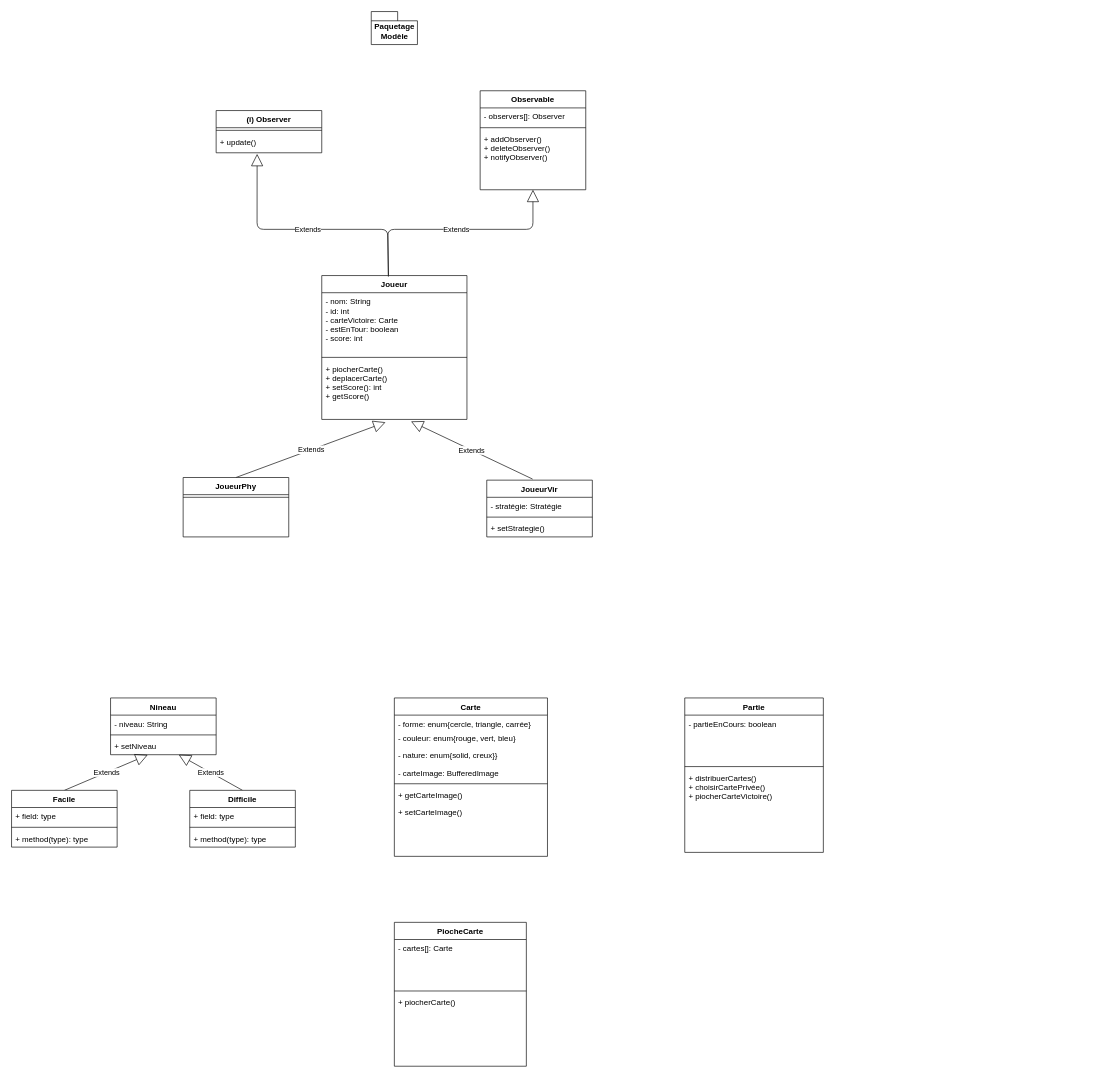
Earlier version of the draw.io diagram classe_paquetageModèle.drawio (codingTheWorld777/Diagrams-Project_SHAPE_UP). Source tidied: cells renumbered, new cells numbered last; positions are measured from the earlier drawing's top-left corner, leaving out a move shared by most shapes. Both pictures are drawn from the tidied source at 66%, with x=0, y=0 at pixel (11, 11).
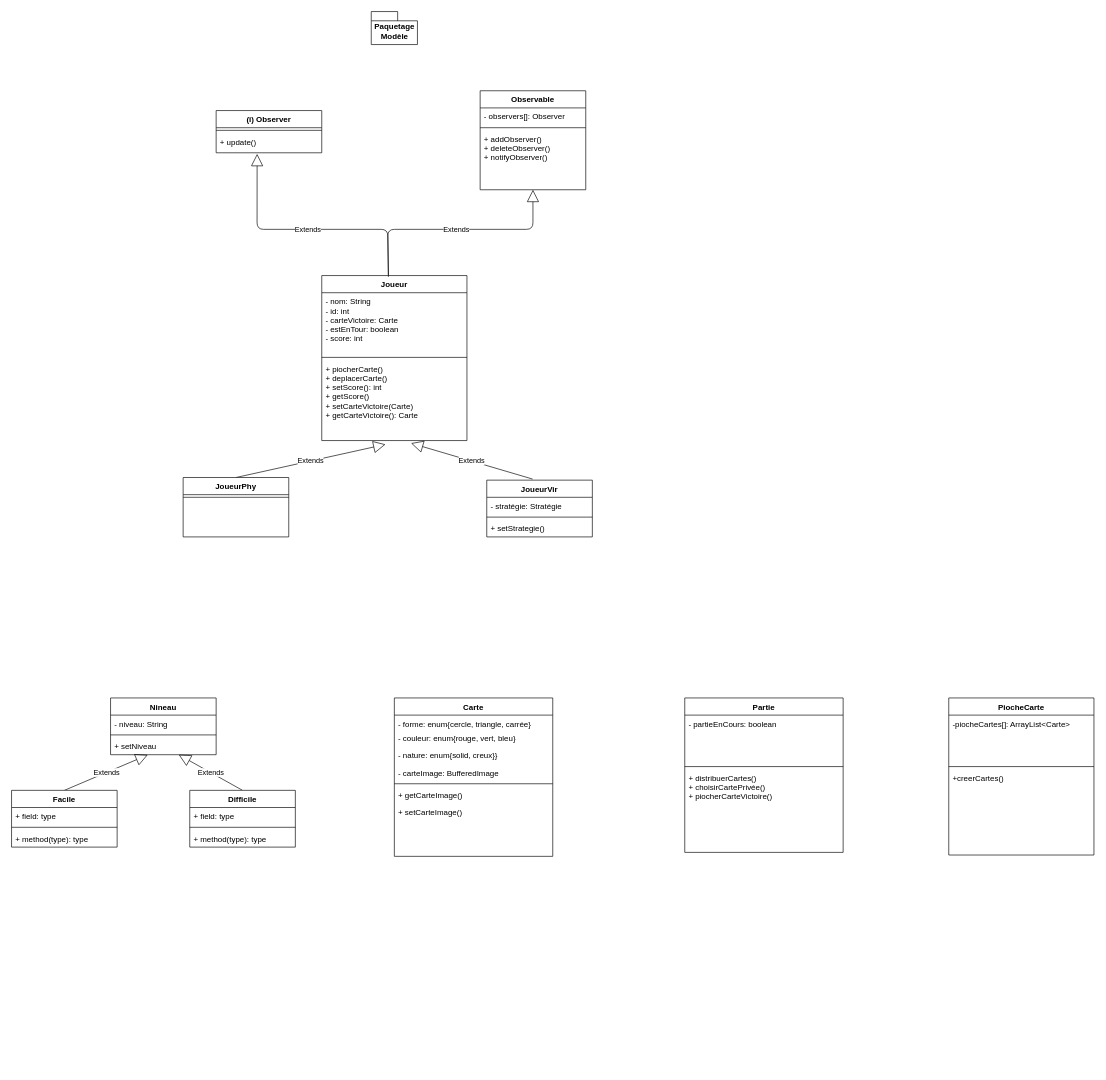
Above is the later version.

Change to the diagram source:
```diff
@@
     <mxCell id="8" value="Joueur" style="swimlane;fontStyle=1;align=center;verticalAlign=top;horizontal=1;startSize=26;" parent="1" vertex="1">
-      <mxGeometry x="470" y="400" width="220" height="218" as="geometry" />
+      <mxGeometry x="470" y="400" width="220" height="250" as="geometry" />
     </mxCell>
@@
-    <mxCell id="11" value="+ piocherCarte()&#10;+ deplacerCarte()&#10;+ setScore(): int&#10;+ getScore()" style="text;strokeColor=none;fillColor=none;align=left;verticalAlign=top;spacingLeft=4;spacingRight=4;overflow=hidden;points=[[0,0.5],[1,0.5]];portConstraint=eastwest;" parent="8" vertex="1">
-      <mxGeometry y="128" width="220" height="90" as="geometry" />
+    <mxCell id="11" value="+ piocherCarte()&#10;+ deplacerCarte()&#10;+ setScore(): int&#10;+ getScore()&#10;+ setCarteVictoire(Carte)&#10;+ getCarteVictoire(): Carte" style="text;strokeColor=none;fillColor=none;align=left;verticalAlign=top;spacingLeft=4;spacingRight=4;overflow=hidden;points=[[0,0.5],[1,0.5]];portConstraint=eastwest;" parent="8" vertex="1">
+      <mxGeometry y="128" width="220" height="122" as="geometry" />
     </mxCell>
@@
     <mxCell id="32" value="Carte" style="swimlane;fontStyle=1;align=center;verticalAlign=top;horizontal=1;startSize=26;rounded=0;shadow=0;strokeWidth=1;" parent="1" vertex="1">
-      <mxGeometry x="580" y="1040" width="232" height="240" as="geometry" />
+      <mxGeometry x="580" y="1040" width="240" height="240" as="geometry" />
     </mxCell>
     <mxCell id="33" value="- forme: enum{cercle, triangle, carrée}&#10;" style="text;align=left;verticalAlign=top;spacingLeft=4;spacingRight=4;overflow=hidden;" parent="32" vertex="1">
-      <mxGeometry y="26" width="232" height="22" as="geometry" />
+      <mxGeometry y="26" width="240" height="22" as="geometry" />
     </mxCell>
     <mxCell id="34" value="- couleur: enum{rouge, vert, bleu}" style="text;align=left;verticalAlign=top;spacingLeft=4;spacingRight=4;overflow=hidden;rounded=0;shadow=0;html=0;" parent="32" vertex="1">
-      <mxGeometry y="48" width="232" height="26" as="geometry" />
+      <mxGeometry y="48" width="240" height="26" as="geometry" />
     </mxCell>
     <mxCell id="35" value="- nature: enum{solid, creux}}" style="text;align=left;verticalAlign=top;spacingLeft=4;spacingRight=4;overflow=hidden;rounded=0;shadow=0;html=0;" parent="32" vertex="1">
-      <mxGeometry y="74" width="232" height="26" as="geometry" />
+      <mxGeometry y="74" width="240" height="26" as="geometry" />
     </mxCell>
     <mxCell id="36" value="- carteImage: BufferedImage" style="text;align=left;verticalAlign=top;spacingLeft=4;spacingRight=4;overflow=hidden;rounded=0;shadow=0;html=0;" parent="32" vertex="1">
-      <mxGeometry y="100" width="232" height="26" as="geometry" />
+      <mxGeometry y="100" width="240" height="26" as="geometry" />
     </mxCell>
     <mxCell id="37" style="line;html=1;strokeWidth=1;align=left;verticalAlign=middle;spacingTop=-1;spacingLeft=3;spacingRight=3;labelPosition=right;" parent="32" vertex="1">
-      <mxGeometry y="126" width="232" height="8" as="geometry" />
+      <mxGeometry y="126" width="240" height="8" as="geometry" />
     </mxCell>
     <mxCell id="38" value="+ getCarteImage()" style="text;align=left;verticalAlign=top;spacingLeft=4;spacingRight=4;overflow=hidden;" parent="32" vertex="1">
-      <mxGeometry y="134" width="232" height="26" as="geometry" />
+      <mxGeometry y="134" width="240" height="26" as="geometry" />
     </mxCell>
     <mxCell id="39" value="+ setCarteImage()" style="text;align=left;verticalAlign=top;spacingLeft=4;spacingRight=4;overflow=hidden;" parent="32" vertex="1">
-      <mxGeometry y="160" width="232" height="54" as="geometry" />
+      <mxGeometry y="160" width="240" height="54" as="geometry" />
     </mxCell>
     <mxCell id="40" value="Partie" style="swimlane;fontStyle=1;align=center;verticalAlign=top;horizontal=1;startSize=26;" parent="1" vertex="1">
-      <mxGeometry x="1020" y="1040" width="210" height="234" as="geometry" />
+      <mxGeometry x="1020" y="1040" width="240" height="234" as="geometry" />
     </mxCell>
     <mxCell id="41" value="- partieEnCours: boolean&#10;" style="text;strokeColor=none;fillColor=none;align=left;verticalAlign=top;spacingLeft=4;spacingRight=4;overflow=hidden;" parent="40" vertex="1">
-      <mxGeometry y="26" width="210" height="74" as="geometry" />
+      <mxGeometry y="26" width="240" height="74" as="geometry" />
     </mxCell>
     <mxCell id="42" style="line;strokeWidth=1;fillColor=none;align=left;verticalAlign=middle;spacingTop=-1;spacingLeft=3;spacingRight=3;labelPosition=right;" parent="40" vertex="1">
-      <mxGeometry y="100" width="210" height="8" as="geometry" />
+      <mxGeometry y="100" width="240" height="8" as="geometry" />
     </mxCell>
     <mxCell id="43" value="+ distribuerCartes()&#10;+ choisirCartePrivée()&#10;+ piocherCarteVictoire()&#10;" style="text;strokeColor=none;fillColor=none;align=left;verticalAlign=top;spacingLeft=4;spacingRight=4;overflow=hidden;" parent="40" vertex="1">
-      <mxGeometry y="108" width="210" height="126" as="geometry" />
+      <mxGeometry y="108" width="240" height="126" as="geometry" />
     </mxCell>
@@
     <mxCell id="50" value="PiocheCarte" style="swimlane;fontStyle=1;align=center;verticalAlign=top;horizontal=1;startSize=26;" parent="1" vertex="1">
-      <mxGeometry x="580" y="1380" width="200" height="218" as="geometry" />
+      <mxGeometry x="1420" y="1040" width="220" height="238" as="geometry" />
     </mxCell>
-    <mxCell id="51" value="- cartes[]: Carte" style="text;strokeColor=none;fillColor=none;align=left;verticalAlign=top;spacingLeft=4;spacingRight=4;overflow=hidden;" parent="50" vertex="1">
-      <mxGeometry y="26" width="200" height="74" as="geometry" />
+    <mxCell id="51" value="-piocheCartes[]: ArrayList&lt;Carte&gt;" style="text;strokeColor=none;fillColor=none;align=left;verticalAlign=top;spacingLeft=4;spacingRight=4;overflow=hidden;" parent="50" vertex="1">
+      <mxGeometry y="26" width="220" height="74" as="geometry" />
     </mxCell>
     <mxCell id="52" style="line;strokeWidth=1;fillColor=none;align=left;verticalAlign=middle;spacingTop=-1;spacingLeft=3;spacingRight=3;labelPosition=right;" parent="50" vertex="1">
-      <mxGeometry y="100" width="200" height="8" as="geometry" />
+      <mxGeometry y="100" width="220" height="8" as="geometry" />
     </mxCell>
-    <mxCell id="53" value="+ piocherCarte()" style="text;strokeColor=none;fillColor=none;align=left;verticalAlign=top;spacingLeft=4;spacingRight=4;overflow=hidden;" parent="50" vertex="1">
-      <mxGeometry y="108" width="200" height="110" as="geometry" />
+    <mxCell id="53" value="+creerCartes()" style="text;strokeColor=none;fillColor=none;align=left;verticalAlign=top;spacingLeft=4;spacingRight=4;overflow=hidden;" parent="50" vertex="1">
+      <mxGeometry y="108" width="220" height="130" as="geometry" />
     </mxCell>
```
